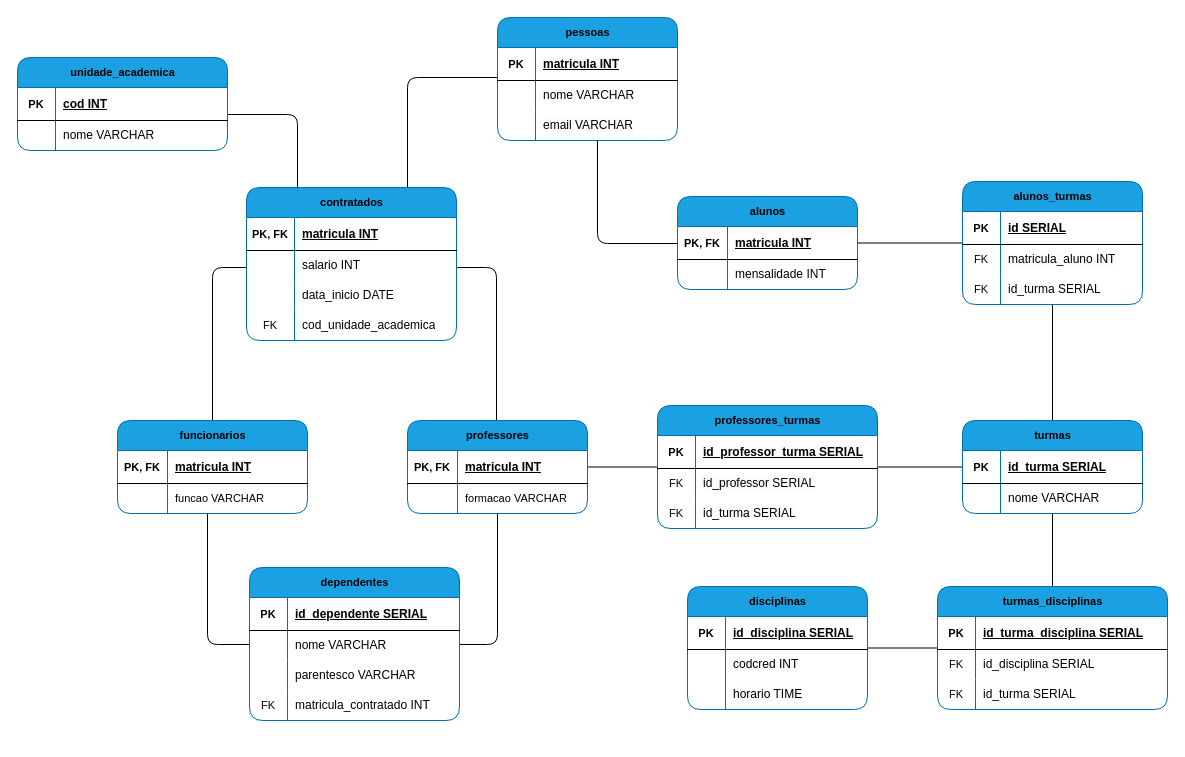
The draw.io diagram projeto-ada.drawio in tamigld/qsd-ada-banco-de-dados, before the edit. Source tidied: cells renumbered, new cells numbered last; positions are measured from the earlier drawing's top-left corner, leaving out a move shared by most shapes. Both pictures are drawn from the tidied source at 100%, with x=0, y=0 at pixel (17, 17).
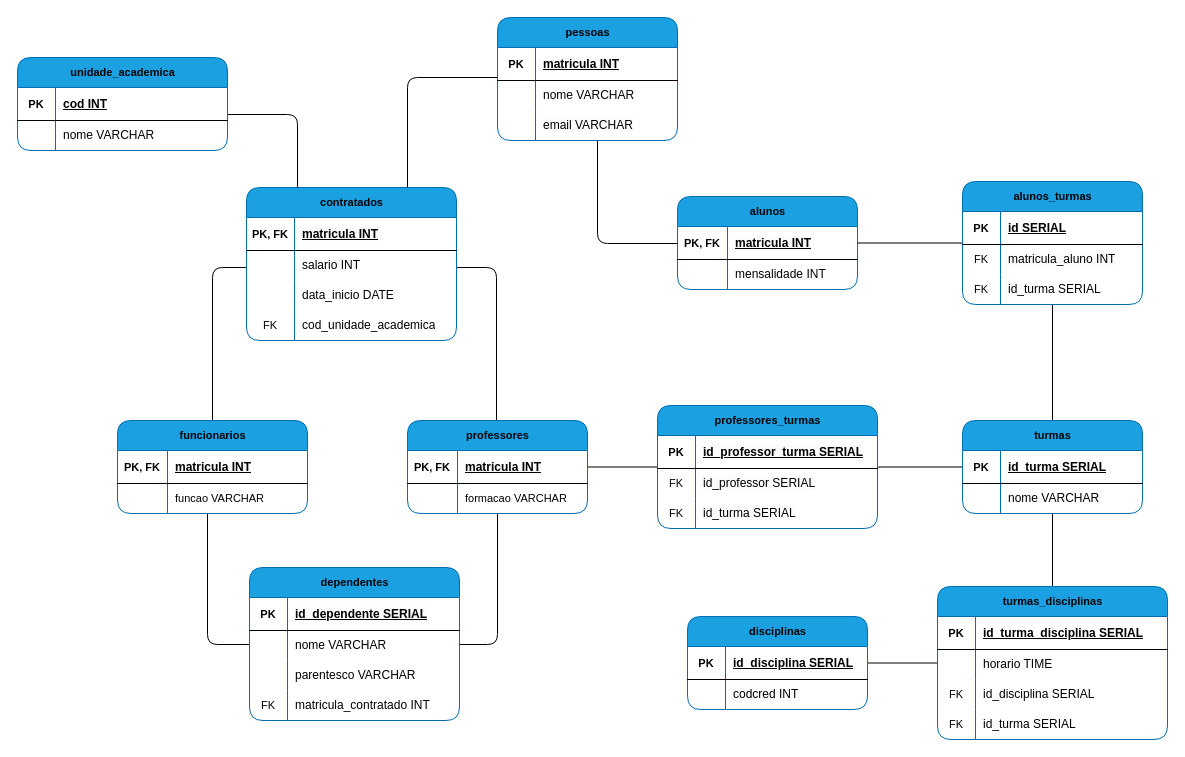
Above is the later version.

What changed in the source:
```diff
@@
     <mxCell id="94" value="&lt;font color=&quot;#000000&quot;&gt;disciplinas&lt;/font&gt;" style="shape=table;startSize=30;childLayout=tableLayout;rowLines=0;fontStyle=1;align=center;html=1;rounded=1;fontFamily=Helvetica;fontSize=11;labelBackgroundColor=none;perimeterSpacing=0;shadow=0;swimlaneLine=1;swimlaneFillColor=default;fillColor=#1ba1e2;strokeColor=#006EAF;fontColor=#ffffff;verticalAlign=middle;" parent="1" vertex="1">
-      <mxGeometry x="670" y="569" width="180" height="123" as="geometry" />
+      <mxGeometry x="670" y="599" width="180" height="93" as="geometry" />
     </mxCell>
@@
-    <mxCell id="101" style="shape=tableRow;horizontal=0;startSize=0;swimlaneHead=0;swimlaneBody=0;fillColor=none;top=0;left=0;right=0;bottom=0;rounded=1;fontFamily=Helvetica;fontSize=11;fontColor=default;labelBackgroundColor=default;shadow=0;strokeColor=default;align=center;verticalAlign=middle;fontStyle=1;" parent="94" vertex="1">
-      <mxGeometry y="93" width="180" height="30" as="geometry" />
-    </mxCell>
-    <mxCell id="102" style="shape=partialRectangle;fillColor=none;top=0;left=0;bottom=0;right=0;overflow=hidden;whiteSpace=wrap;html=1;rounded=1;fontFamily=Helvetica;fontSize=11;fontColor=default;labelBackgroundColor=default;shadow=0;strokeColor=default;align=center;verticalAlign=middle;fontStyle=1;" parent="101" vertex="1">
-      <mxGeometry width="38" height="30" as="geometry" />
-    </mxCell>
-    <mxCell id="103" value="&lt;span style=&quot;font-size: 12px; font-weight: 400; background-color: rgb(251, 251, 251);&quot;&gt;horario TIME&lt;/span&gt;" style="shape=partialRectangle;fillColor=none;top=0;left=0;bottom=0;right=0;align=left;spacingLeft=6;overflow=hidden;whiteSpace=wrap;html=1;rounded=1;fontFamily=Helvetica;fontSize=11;fontColor=default;labelBackgroundColor=default;shadow=0;strokeColor=default;verticalAlign=middle;fontStyle=1;" parent="101" vertex="1">
-      <mxGeometry x="38" width="142" height="30" as="geometry" />
-    </mxCell>
     <mxCell id="104" value="&lt;font color=&quot;#000000&quot;&gt;turmas_disciplinas&lt;/font&gt;" style="shape=table;startSize=30;childLayout=tableLayout;rowLines=0;fontStyle=1;align=center;html=1;rounded=1;fontFamily=Helvetica;fontSize=11;labelBackgroundColor=none;perimeterSpacing=0;shadow=0;swimlaneLine=1;swimlaneFillColor=default;fillColor=#1ba1e2;strokeColor=#006EAF;fontColor=#ffffff;verticalAlign=middle;" parent="1" vertex="1">
-      <mxGeometry x="920" y="569" width="230" height="123" as="geometry" />
+      <mxGeometry x="920" y="569" width="230" height="153" as="geometry" />
     </mxCell>
@@
+    <mxCell id="127" style="shape=tableRow;horizontal=0;startSize=0;swimlaneHead=0;swimlaneBody=0;fillColor=none;top=0;left=0;right=0;bottom=0;rounded=1;fontFamily=Helvetica;fontSize=11;fontColor=default;labelBackgroundColor=default;shadow=0;strokeColor=default;align=center;verticalAlign=middle;fontStyle=1;" parent="104" vertex="1">
+      <mxGeometry y="63" width="230" height="30" as="geometry" />
+    </mxCell>
+    <mxCell id="102" style="shape=partialRectangle;fillColor=none;top=0;left=0;bottom=0;right=0;overflow=hidden;whiteSpace=wrap;html=1;rounded=1;fontFamily=Helvetica;fontSize=11;fontColor=default;labelBackgroundColor=default;shadow=0;strokeColor=default;align=center;verticalAlign=middle;fontStyle=1;" parent="127" vertex="1">
+      <mxGeometry width="38" height="30" as="geometry" />
+    </mxCell>
+    <mxCell id="103" value="&lt;span style=&quot;font-size: 12px; font-weight: 400; background-color: rgb(251, 251, 251);&quot;&gt;horario TIME&lt;/span&gt;" style="shape=partialRectangle;fillColor=none;top=0;left=0;bottom=0;right=0;align=left;spacingLeft=6;overflow=hidden;whiteSpace=wrap;html=1;rounded=1;fontFamily=Helvetica;fontSize=11;fontColor=default;labelBackgroundColor=default;shadow=0;strokeColor=default;verticalAlign=middle;fontStyle=1;" parent="127" vertex="1">
+      <mxGeometry x="38" width="192" height="30" as="geometry" />
+    </mxCell>
     <mxCell id="108" style="shape=tableRow;horizontal=0;startSize=0;swimlaneHead=0;swimlaneBody=0;fillColor=none;top=0;left=0;right=0;bottom=0;rounded=1;fontFamily=Helvetica;fontSize=11;fontColor=default;labelBackgroundColor=default;shadow=0;strokeColor=default;align=center;verticalAlign=middle;fontStyle=1;" parent="104" vertex="1">
-      <mxGeometry y="63" width="230" height="30" as="geometry" />
+      <mxGeometry y="93" width="230" height="30" as="geometry" />
     </mxCell>
@@
     <mxCell id="111" style="shape=tableRow;horizontal=0;startSize=0;swimlaneHead=0;swimlaneBody=0;fillColor=none;top=0;left=0;right=0;bottom=0;rounded=1;fontFamily=Helvetica;fontSize=11;fontColor=default;labelBackgroundColor=default;shadow=0;strokeColor=default;align=center;verticalAlign=middle;fontStyle=1;" parent="104" vertex="1">
-      <mxGeometry y="93" width="230" height="30" as="geometry" />
+      <mxGeometry y="123" width="230" height="30" as="geometry" />
     </mxCell>
```
